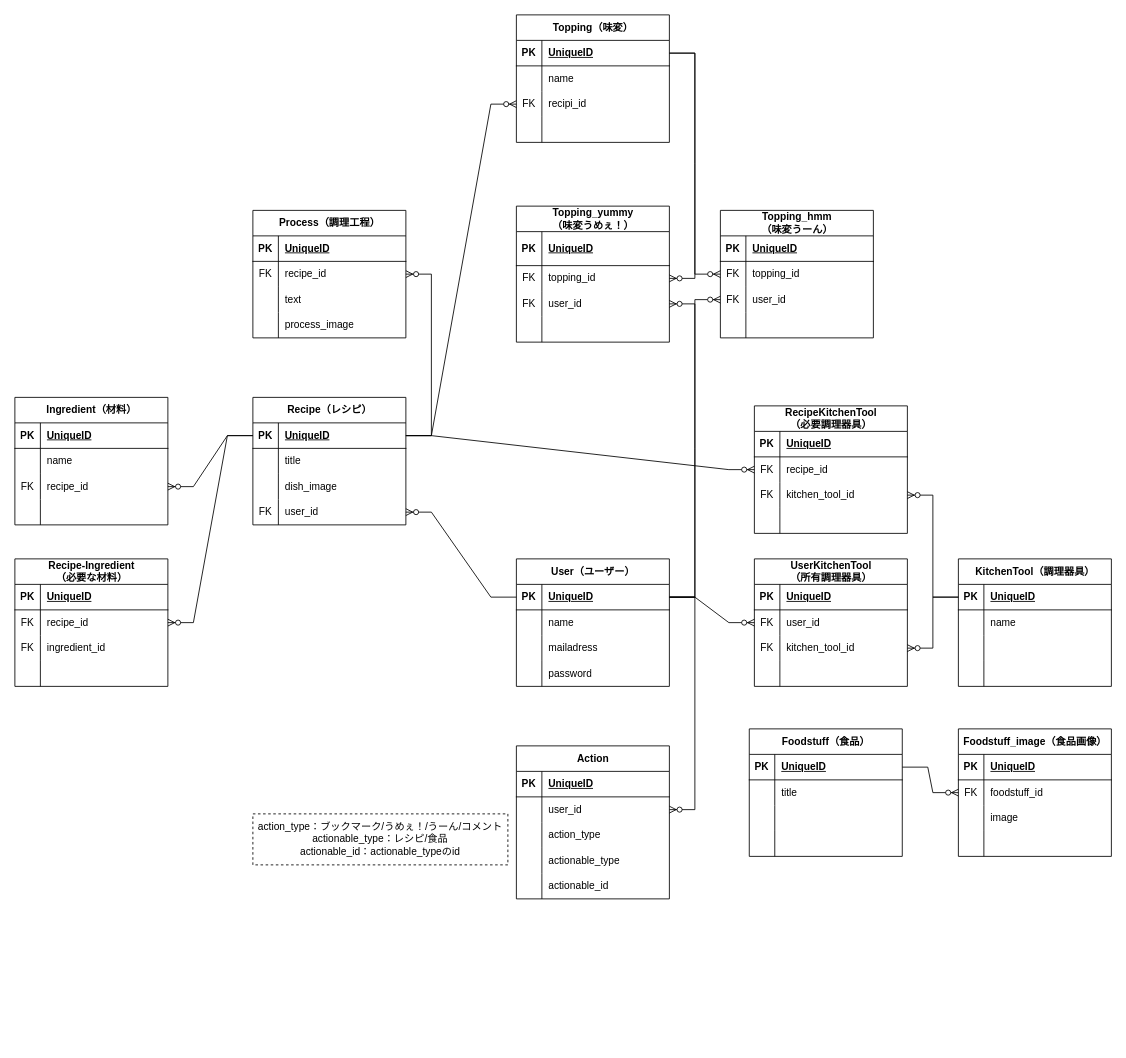
Before: E.R.Diagram_primorphic.drawio in ankoro-mochi24/portfolio, a draw.io diagram. Source tidied: cells renumbered, new cells numbered last; positions are measured from the earlier drawing's top-left corner, leaving out a move shared by most shapes. Both pictures are drawn from the tidied source at 85%, with x=0, y=0 at pixel (14, -109).
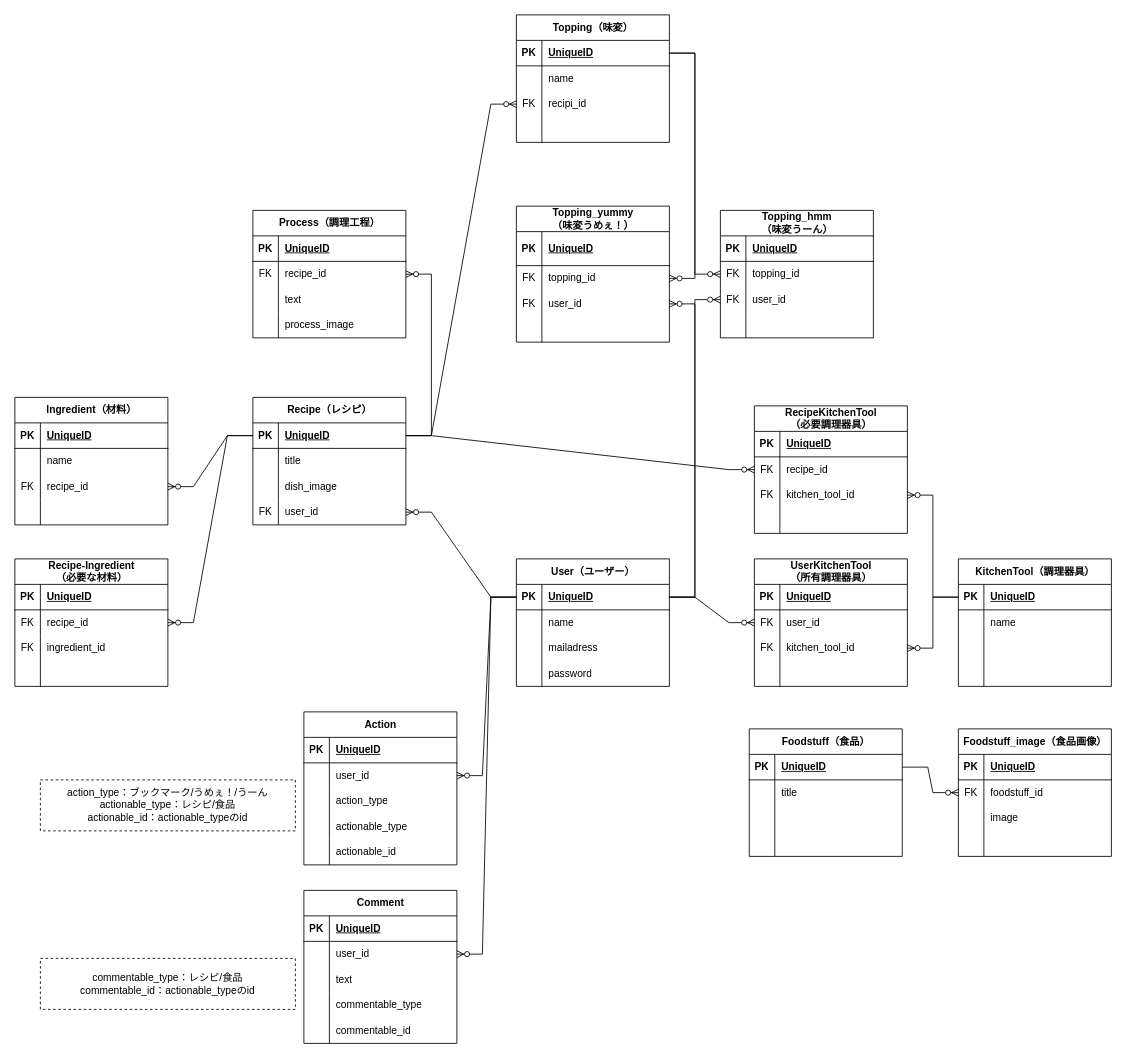
The same diagram, later.

Commit message:
ER図の修正-コメントテーブルの追加

The change refers to these unchanged cells:
```xml
<mxCell id="3" style="shape=tableRow;horizontal=0;startSize=0;swimlaneHead=0;swimlaneBody=0;fillColor=none;points=[[0,0.5],[1,0.5]];portConstraint=eastwest;top=0;left=0;right=0;bottom=1;" parent="2" vertex="1">
  <mxGeometry y="30" width="180" height="30" as="geometry" />
</mxCell>
```

What changed in the source:
```diff
@@
     <mxCell id="171" style="group;" parent="1" vertex="1">
-      <mxGeometry x="280" y="1005" width="490" height="180" as="geometry" />
+      <mxGeometry x="30" y="965" width="490" height="180" as="geometry" />
     </mxCell>
@@
-    <mxCell id="188" value="&lt;span style=&quot;text-align: left;&quot;&gt;action_type：ブックマーク/うめぇ！/うーん/コメント&lt;br&gt;&lt;/span&gt;&lt;span style=&quot;text-align: left;&quot;&gt;actionable_type：レシピ/食品&lt;br&gt;&lt;/span&gt;&lt;span style=&quot;text-align: left;&quot;&gt;actionable_id：&lt;/span&gt;&lt;span style=&quot;text-align: left;&quot;&gt;actionable_typeのid&lt;/span&gt;" style="rounded=0;whiteSpace=wrap;html=1;dashed=1;" parent="171" vertex="1">
+    <mxCell id="188" value="&lt;span style=&quot;text-align: left;&quot;&gt;action_type：ブックマーク/うめぇ！/うーん&lt;br&gt;&lt;/span&gt;&lt;span style=&quot;text-align: left;&quot;&gt;actionable_type：レシピ/食品&lt;br&gt;&lt;/span&gt;&lt;span style=&quot;text-align: left;&quot;&gt;actionable_id：&lt;/span&gt;&lt;span style=&quot;text-align: left;&quot;&gt;actionable_typeのid&lt;/span&gt;" style="rounded=0;whiteSpace=wrap;html=1;dashed=1;" parent="171" vertex="1">
       <mxGeometry y="80" width="300" height="60" as="geometry" />
     </mxCell>
@@
+    <mxCell id="204" style="group;" parent="1" vertex="1">
+      <mxGeometry x="30" y="1175" width="490" height="180" as="geometry" />
+    </mxCell>
+    <mxCell id="205" value="Comment" style="shape=table;startSize=30;childLayout=tableLayout;rowLines=0;fontStyle=1;align=center;html=1;" parent="204" vertex="1">
+      <mxGeometry x="310" width="180" height="180" as="geometry" />
+    </mxCell>
+    <mxCell id="206" style="shape=tableRow;horizontal=0;startSize=0;swimlaneHead=0;swimlaneBody=0;fillColor=none;top=0;left=0;right=0;bottom=1;" parent="205" vertex="1">
+      <mxGeometry y="30" width="180" height="30" as="geometry" />
+    </mxCell>
+    <mxCell id="207" value="PK" style="shape=partialRectangle;fillColor=none;top=0;left=0;bottom=0;right=0;fontStyle=1;overflow=hidden;whiteSpace=wrap;html=1;" parent="206" vertex="1">
+      <mxGeometry width="30" height="30" as="geometry" />
+    </mxCell>
+    <mxCell id="208" value="UniqueID" style="shape=partialRectangle;fillColor=none;top=0;left=0;bottom=0;right=0;align=left;spacingLeft=6;fontStyle=5;overflow=hidden;whiteSpace=wrap;html=1;" parent="206" vertex="1">
+      <mxGeometry x="30" width="150" height="30" as="geometry" />
+    </mxCell>
+    <mxCell id="209" style="shape=tableRow;horizontal=0;startSize=0;swimlaneHead=0;swimlaneBody=0;fillColor=none;points=[[0,0.5],[1,0.5]];portConstraint=eastwest;top=0;left=0;right=0;bottom=0;" parent="205" vertex="1">
+      <mxGeometry y="60" width="180" height="30" as="geometry" />
+    </mxCell>
+    <mxCell id="210" style="shape=partialRectangle;fillColor=none;top=0;left=0;bottom=0;right=0;overflow=hidden;whiteSpace=wrap;html=1;" parent="209" vertex="1">
+      <mxGeometry width="30" height="30" as="geometry" />
+    </mxCell>
+    <mxCell id="211" value="user_id" style="shape=partialRectangle;fillColor=none;top=0;left=0;bottom=0;right=0;align=left;spacingLeft=6;overflow=hidden;whiteSpace=wrap;html=1;" parent="209" vertex="1">
+      <mxGeometry x="30" width="150" height="30" as="geometry" />
+    </mxCell>
+    <mxCell id="212" style="shape=tableRow;horizontal=0;startSize=0;swimlaneHead=0;swimlaneBody=0;fillColor=none;top=0;left=0;right=0;bottom=0;" parent="205" vertex="1">
+      <mxGeometry y="90" width="180" height="30" as="geometry" />
+    </mxCell>
+    <mxCell id="213" style="shape=partialRectangle;fillColor=none;top=0;left=0;bottom=0;right=0;overflow=hidden;whiteSpace=wrap;html=1;" parent="212" vertex="1">
+      <mxGeometry width="30" height="30" as="geometry" />
+    </mxCell>
+    <mxCell id="214" value="text" style="shape=partialRectangle;fillColor=none;top=0;left=0;bottom=0;right=0;align=left;spacingLeft=6;overflow=hidden;whiteSpace=wrap;html=1;" parent="212" vertex="1">
+      <mxGeometry x="30" width="150" height="30" as="geometry" />
+    </mxCell>
+    <mxCell id="215" style="shape=tableRow;horizontal=0;startSize=0;swimlaneHead=0;swimlaneBody=0;fillColor=none;top=0;left=0;right=0;bottom=0;" parent="205" vertex="1">
+      <mxGeometry y="120" width="180" height="30" as="geometry" />
+    </mxCell>
+    <mxCell id="216" style="shape=partialRectangle;fillColor=none;top=0;left=0;bottom=0;right=0;overflow=hidden;whiteSpace=wrap;html=1;" parent="215" vertex="1">
+      <mxGeometry width="30" height="30" as="geometry" />
+    </mxCell>
+    <mxCell id="217" value="commentable_type" style="shape=partialRectangle;fillColor=none;top=0;left=0;bottom=0;right=0;align=left;spacingLeft=6;overflow=hidden;whiteSpace=wrap;html=1;" parent="215" vertex="1">
+      <mxGeometry x="30" width="150" height="30" as="geometry" />
+    </mxCell>
+    <mxCell id="218" style="shape=tableRow;horizontal=0;startSize=0;swimlaneHead=0;swimlaneBody=0;fillColor=none;top=0;left=0;right=0;bottom=0;" parent="205" vertex="1">
+      <mxGeometry y="150" width="180" height="30" as="geometry" />
+    </mxCell>
+    <mxCell id="219" style="shape=partialRectangle;fillColor=none;top=0;left=0;bottom=0;right=0;overflow=hidden;whiteSpace=wrap;html=1;" parent="218" vertex="1">
+      <mxGeometry width="30" height="30" as="geometry" />
+    </mxCell>
+    <mxCell id="220" value="commentable_id" style="shape=partialRectangle;fillColor=none;top=0;left=0;bottom=0;right=0;align=left;spacingLeft=6;overflow=hidden;whiteSpace=wrap;html=1;" parent="218" vertex="1">
+      <mxGeometry x="30" width="150" height="30" as="geometry" />
+    </mxCell>
+    <mxCell id="221" value="&lt;span style=&quot;text-align: left;&quot;&gt;commentable_type&lt;/span&gt;&lt;span style=&quot;text-align: left;&quot;&gt;：レシピ/食品&lt;br&gt;&lt;/span&gt;&lt;span style=&quot;text-align: left;&quot;&gt;commentable_id&lt;/span&gt;&lt;span style=&quot;text-align: left;&quot;&gt;：&lt;/span&gt;&lt;span style=&quot;text-align: left;&quot;&gt;actionable_typeのid&lt;/span&gt;" style="rounded=0;whiteSpace=wrap;html=1;dashed=1;" parent="204" vertex="1">
+      <mxGeometry y="80" width="300" height="60" as="geometry" />
+    </mxCell>
+    <mxCell id="222" style="edgeStyle=entityRelationEdgeStyle;fontSize=12;html=1;endArrow=ERzeroToMany;endFill=1;rounded=0;" parent="1" edge="1" source="3" target="209">
+      <mxGeometry relative="1" as="geometry" />
+    </mxCell>
```
